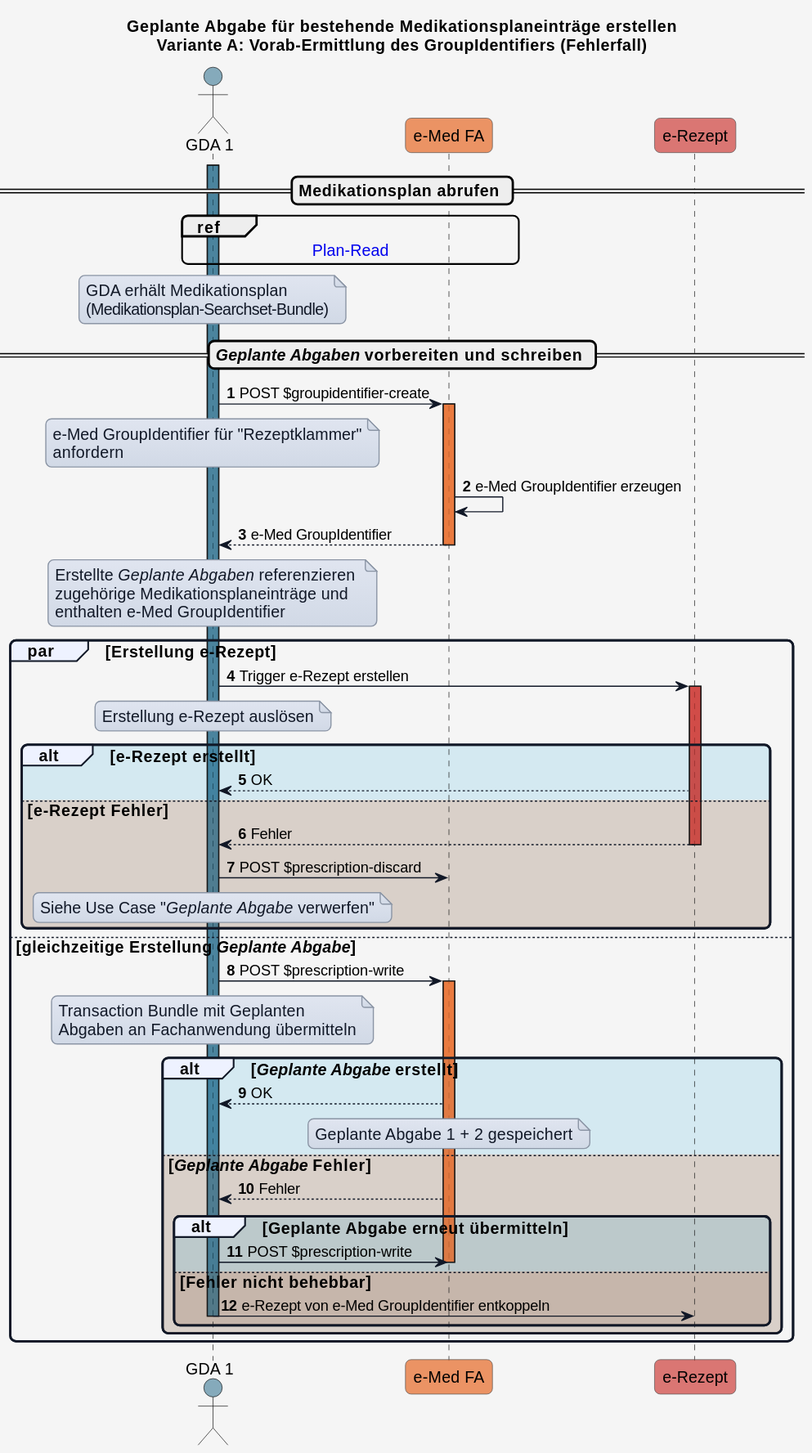
Above: input/images/plantuml/UC_eMed_08_01_a_fehler.svg in HL7Austria/ELGA-e-Medikation-R4 (PlantUML), before the change.
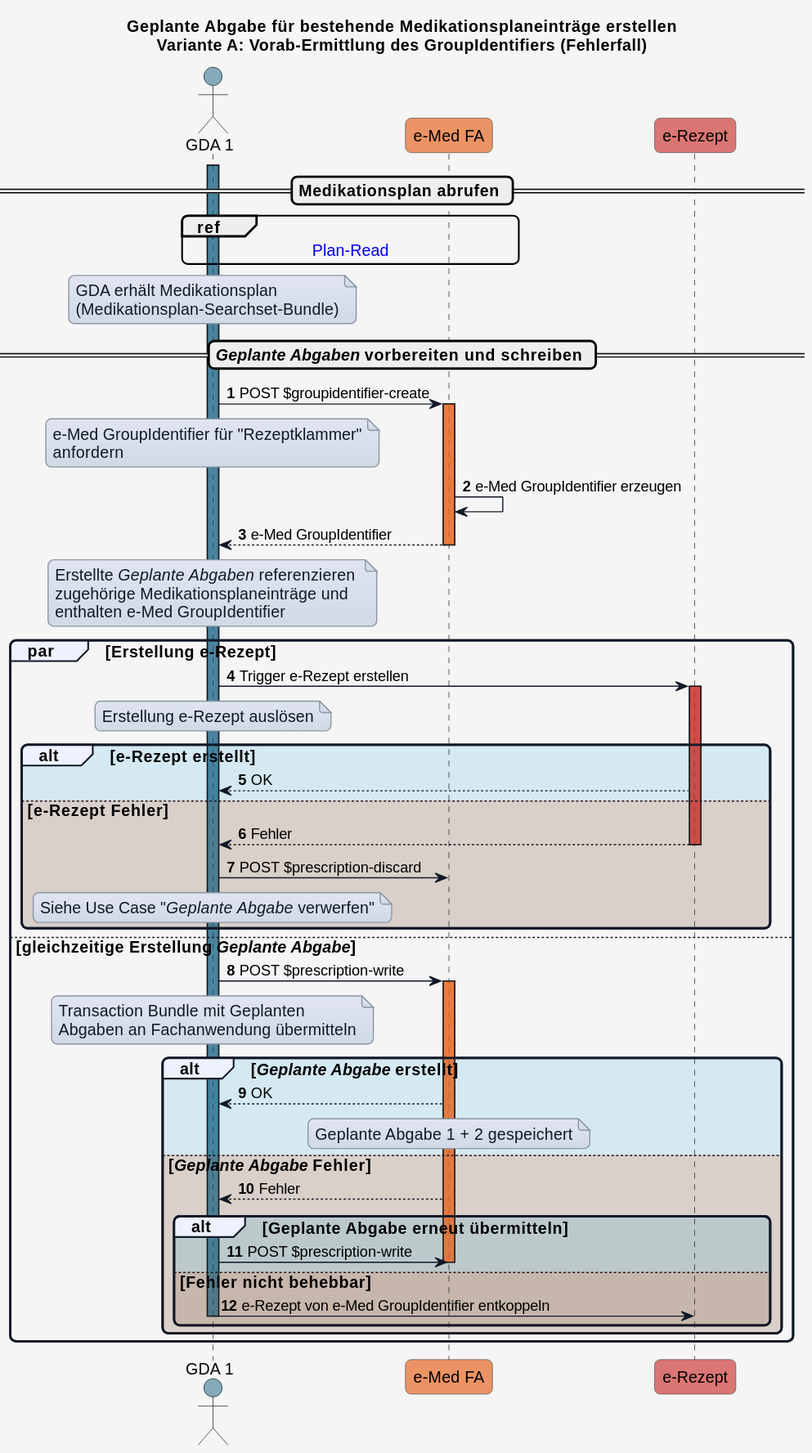
The same file after the commit.

Diff of the diagram source:
```diff
@@ -63,7 +63,7 @@
 
 note over GDA_1
 GDA erhält Medikationsplan
-(Auslieferungs-Collection-Bundle)
+(Medikationsplan-Searchset-Bundle)
 end note
 
 == <i>Geplante Abgaben</i> vorbereiten und schreiben ==
```
